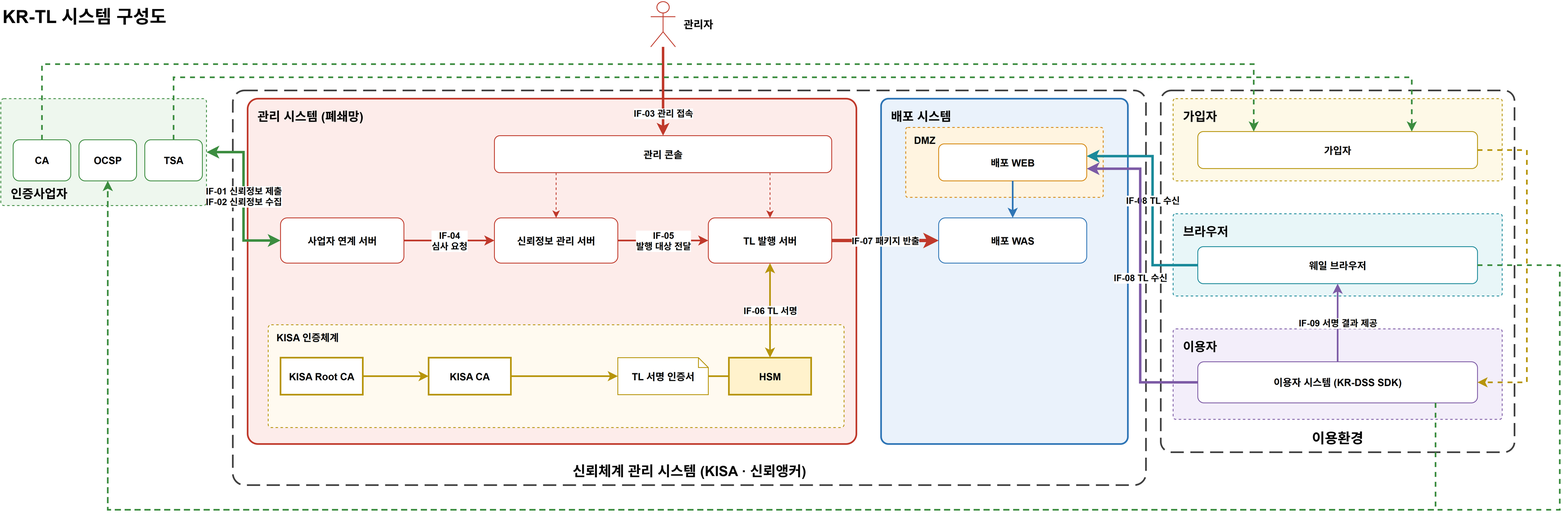
Earlier version of the draw.io export docs/design/KR-TL-관리시스템/diagrams/krtl-system.drawio.png (yongsungkim-electcerti/kr-dss). Source tidied: cells renumbered, new cells last; positions are measured from the earlier drawing's top-left corner, leaving out a move shared by most shapes.
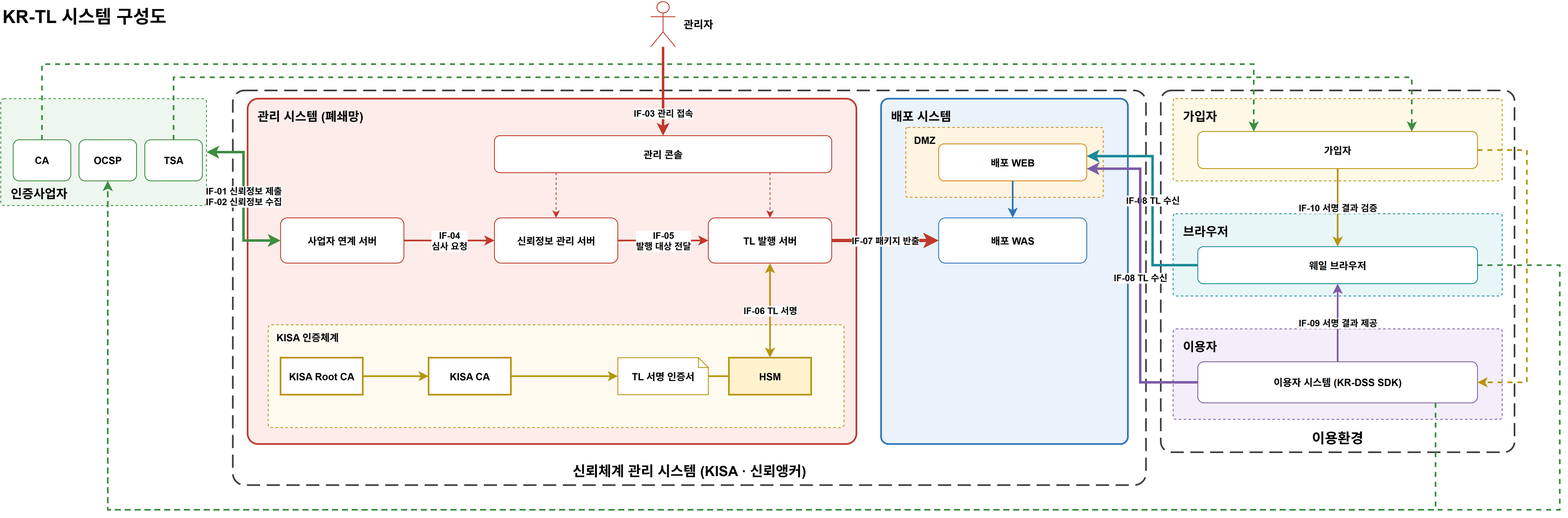
After the change.

Diff of the diagram source:
```diff
@@ -170,6 +170,9 @@
     <mxCell id="47" value="IF-09 서명 결과 제공" style="edgeStyle=orthogonalEdgeStyle;rounded=0;html=1;fontSize=11;fontStyle=1;labelBackgroundColor=#ffffff;strokeColor=#7d5ba6;strokeWidth=2;exitX=0.5;exitY=0;entryX=0.5;entryY=1;" parent="1" edge="1" source="29" target="28">
       <mxGeometry relative="1" as="geometry" />
     </mxCell>
+    <mxCell id="50" value="IF-10 서명 결과 검증" style="edgeStyle=orthogonalEdgeStyle;rounded=0;html=1;fontSize=11;fontStyle=1;labelBackgroundColor=#ffffff;strokeColor=#b7950b;strokeWidth=2;exitX=0.5;exitY=1;entryX=0.5;entryY=0;" parent="1" edge="1" source="27" target="28">
+      <mxGeometry relative="1" as="geometry" />
+    </mxCell>
     <mxCell id="48" style="edgeStyle=orthogonalEdgeStyle;rounded=0;html=1;fontSize=11;fontStyle=1;labelBackgroundColor=#ffffff;strokeColor=#3c8d40;strokeWidth=2;exitX=0.85;exitY=1;entryX=0.5;entryY=1;dashed=1;" parent="1" edge="1" source="29" target="14">
       <mxGeometry relative="1" as="geometry">
         <Array as="points">
```
